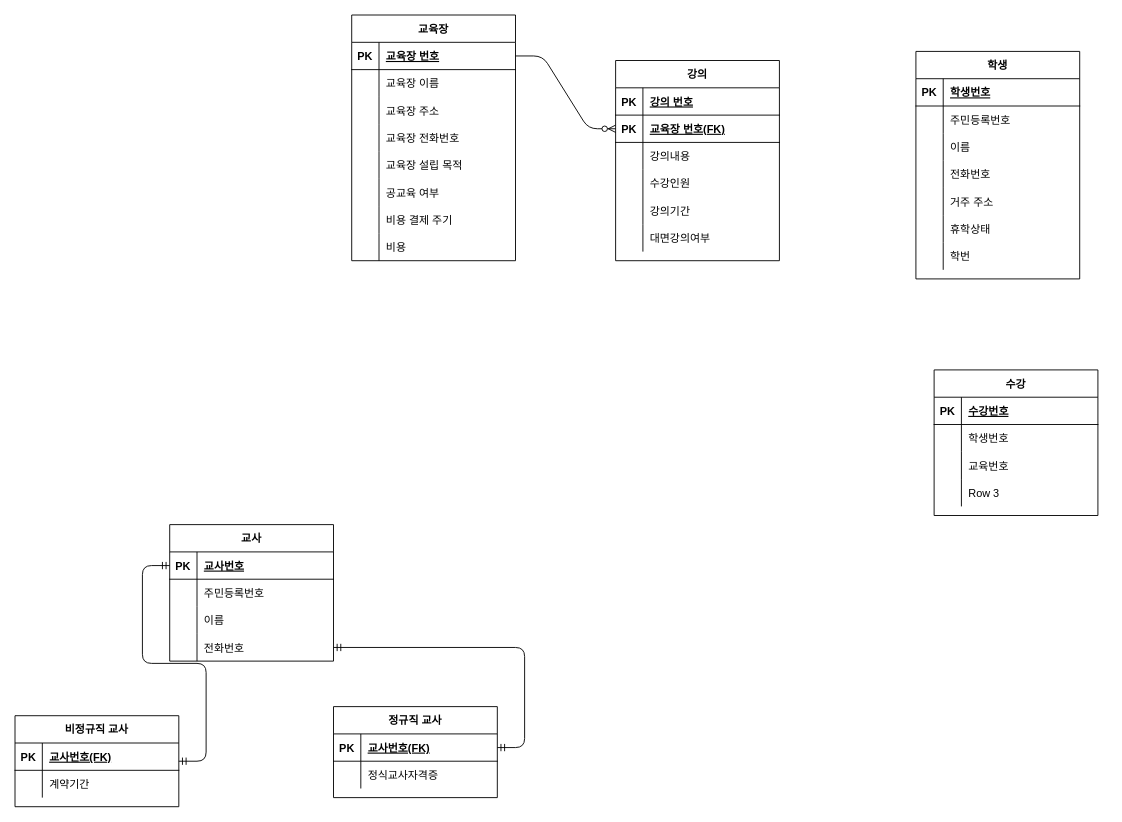
This is Untitled Diagram.drawio from iks15174/block_crash_javascripte, a draw.io file, before an edit. Source tidied: cells renumbered, new cells numbered last; positions are measured from the earlier drawing's top-left corner, leaving out a move shared by most shapes. Both pictures are drawn from the tidied source at 91%, with x=0, y=0 at pixel (15, 15).
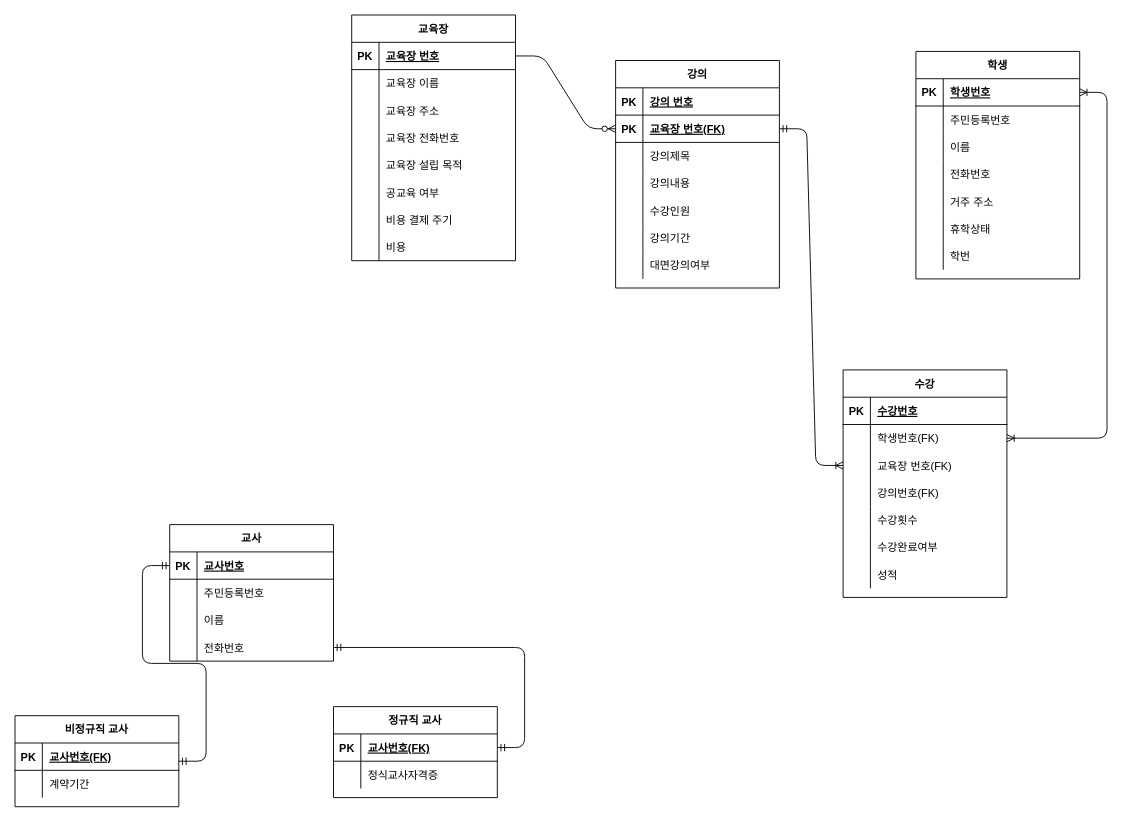
After the change.

Unchanged cells that the change refers to:
```xml
<mxCell id="28" style="shape=partialRectangle;fillColor=none;top=0;left=0;bottom=1;right=0;points=[[0,0.5],[1,0.5]];portConstraint=eastwest;" parent="27" vertex="1">
  <mxGeometry y="30" width="180" height="30" as="geometry" />
</mxCell>
<mxCell id="53" style="shape=partialRectangle;fillColor=none;top=0;left=0;bottom=0;right=0;points=[[0,0.5],[1,0.5]];portConstraint=eastwest;" parent="49" vertex="1">
  <mxGeometry y="60" width="180" height="30" as="geometry" />
</mxCell>
<mxCell id="56" style="shape=partialRectangle;fillColor=none;top=0;left=0;bottom=0;right=0;points=[[0,0.5],[1,0.5]];portConstraint=eastwest;" parent="49" vertex="1">
  <mxGeometry y="90" width="180" height="30" as="geometry" />
</mxCell>
<mxCell id="59" style="shape=partialRectangle;fillColor=none;top=0;left=0;bottom=0;right=0;" parent="49" vertex="1">
  <mxGeometry y="120" width="180" height="30" as="geometry" />
</mxCell>
<mxCell id="66" style="shape=partialRectangle;fillColor=none;top=0;left=0;bottom=1;right=0;points=[[0,0.5],[1,0.5]];portConstraint=eastwest;" parent="62" vertex="1">
  <mxGeometry y="60" width="180" height="30" as="geometry" />
</mxCell>
```

Diff of the diagram source:
```diff
@@
     <mxCell id="49" value="수강" style="shape=table;startSize=30;childLayout=tableLayout;rowLines=0;fontStyle=1;align=center;" parent="1" vertex="1">
-      <mxGeometry x="1010" y="390" width="180" height="160" as="geometry" />
+      <mxGeometry x="910" y="390" width="180" height="250" as="geometry" />
     </mxCell>
@@
-    <mxCell id="55" value="학생번호" style="shape=partialRectangle;fillColor=none;top=0;left=0;bottom=0;right=0;align=left;spacingLeft=6;overflow=hidden;" parent="53" vertex="1">
+    <mxCell id="55" value="학생번호(FK)" style="shape=partialRectangle;fillColor=none;top=0;left=0;bottom=0;right=0;align=left;spacingLeft=6;overflow=hidden;" parent="53" vertex="1">
       <mxGeometry x="30" width="150" height="30" as="geometry" />
     </mxCell>
@@
-    <mxCell id="58" value="교육번호" style="shape=partialRectangle;fillColor=none;top=0;left=0;bottom=0;right=0;align=left;spacingLeft=6;overflow=hidden;" parent="56" vertex="1">
+    <mxCell id="58" value="교육장 번호(FK)" style="shape=partialRectangle;fillColor=none;top=0;left=0;bottom=0;right=0;align=left;spacingLeft=6;overflow=hidden;" parent="56" vertex="1">
       <mxGeometry x="30" width="150" height="30" as="geometry" />
     </mxCell>
@@
-    <mxCell id="61" value="Row 3" style="shape=partialRectangle;fillColor=none;top=0;left=0;bottom=0;right=0;align=left;spacingLeft=6;overflow=hidden;" parent="59" vertex="1">
+    <mxCell id="61" value="강의번호(FK)" style="shape=partialRectangle;fillColor=none;top=0;left=0;bottom=0;right=0;align=left;spacingLeft=6;overflow=hidden;" parent="59" vertex="1">
       <mxGeometry x="30" width="150" height="30" as="geometry" />
     </mxCell>
+    <mxCell id="111" style="shape=partialRectangle;fillColor=none;top=0;left=0;bottom=0;right=0;" parent="49" vertex="1">
+      <mxGeometry y="150" width="180" height="30" as="geometry" />
+    </mxCell>
+    <mxCell id="112" style="shape=partialRectangle;fillColor=none;top=0;left=0;bottom=0;right=0;overflow=hidden;" parent="111" vertex="1">
+      <mxGeometry width="30" height="30" as="geometry" />
+    </mxCell>
+    <mxCell id="113" value="수강횟수" style="shape=partialRectangle;fillColor=none;top=0;left=0;bottom=0;right=0;align=left;spacingLeft=6;overflow=hidden;" parent="111" vertex="1">
+      <mxGeometry x="30" width="150" height="30" as="geometry" />
+    </mxCell>
+    <mxCell id="114" style="shape=partialRectangle;fillColor=none;top=0;left=0;bottom=0;right=0;" parent="49" vertex="1">
+      <mxGeometry y="180" width="180" height="30" as="geometry" />
+    </mxCell>
+    <mxCell id="115" style="shape=partialRectangle;fillColor=none;top=0;left=0;bottom=0;right=0;overflow=hidden;" parent="114" vertex="1">
+      <mxGeometry width="30" height="30" as="geometry" />
+    </mxCell>
+    <mxCell id="116" value="수강완료여부" style="shape=partialRectangle;fillColor=none;top=0;left=0;bottom=0;right=0;align=left;spacingLeft=6;overflow=hidden;" parent="114" vertex="1">
+      <mxGeometry x="30" width="150" height="30" as="geometry" />
+    </mxCell>
+    <mxCell id="117" style="shape=partialRectangle;fillColor=none;top=0;left=0;bottom=0;right=0;" parent="49" vertex="1">
+      <mxGeometry y="210" width="180" height="30" as="geometry" />
+    </mxCell>
+    <mxCell id="118" style="shape=partialRectangle;fillColor=none;top=0;left=0;bottom=0;right=0;overflow=hidden;" parent="117" vertex="1">
+      <mxGeometry width="30" height="30" as="geometry" />
+    </mxCell>
+    <mxCell id="119" value="성적" style="shape=partialRectangle;fillColor=none;top=0;left=0;bottom=0;right=0;align=left;spacingLeft=6;overflow=hidden;" parent="117" vertex="1">
+      <mxGeometry x="30" width="150" height="30" as="geometry" />
+    </mxCell>
     <mxCell id="62" value="강의" style="shape=table;startSize=30;childLayout=tableLayout;rowLines=0;fontStyle=1;align=center;" parent="1" vertex="1">
-      <mxGeometry x="660" y="50" width="180" height="220" as="geometry" />
+      <mxGeometry x="660" y="50" width="180" height="250" as="geometry" />
     </mxCell>
@@
+    <mxCell id="120" style="shape=partialRectangle;fillColor=none;top=0;left=0;bottom=0;right=0;" parent="62" vertex="1">
+      <mxGeometry y="90" width="180" height="30" as="geometry" />
+    </mxCell>
+    <mxCell id="121" style="shape=partialRectangle;fillColor=none;top=0;left=0;bottom=0;right=0;overflow=hidden;" parent="120" vertex="1">
+      <mxGeometry width="30" height="30" as="geometry" />
+    </mxCell>
+    <mxCell id="122" value="강의제목" style="shape=partialRectangle;fillColor=none;top=0;left=0;bottom=0;right=0;align=left;spacingLeft=6;overflow=hidden;" parent="120" vertex="1">
+      <mxGeometry x="30" width="150" height="30" as="geometry" />
+    </mxCell>
     <mxCell id="69" style="shape=partialRectangle;fillColor=none;top=0;left=0;bottom=0;right=0;" parent="62" vertex="1">
-      <mxGeometry y="90" width="180" height="30" as="geometry" />
+      <mxGeometry y="120" width="180" height="30" as="geometry" />
     </mxCell>
@@
     <mxCell id="72" style="shape=partialRectangle;fillColor=none;top=0;left=0;bottom=0;right=0;" parent="62" vertex="1">
-      <mxGeometry y="120" width="180" height="30" as="geometry" />
+      <mxGeometry y="150" width="180" height="30" as="geometry" />
     </mxCell>
@@
     <mxCell id="75" style="shape=partialRectangle;fillColor=none;top=0;left=0;bottom=0;right=0;" parent="62" vertex="1">
-      <mxGeometry y="150" width="180" height="30" as="geometry" />
+      <mxGeometry y="180" width="180" height="30" as="geometry" />
     </mxCell>
@@
     <mxCell id="78" style="shape=partialRectangle;fillColor=none;top=0;left=0;bottom=0;right=0;" parent="62" vertex="1">
-      <mxGeometry y="180" width="180" height="30" as="geometry" />
+      <mxGeometry y="210" width="180" height="30" as="geometry" />
     </mxCell>
@@
+    <mxCell id="123" style="edgeStyle=entityRelationEdgeStyle;fontSize=12;html=1;endArrow=ERoneToMany;startArrow=ERoneToMany;exitX=1;exitY=0.5;exitDx=0;exitDy=0;" parent="1" edge="1" source="53" target="28">
+      <mxGeometry relative="1" as="geometry" />
+    </mxCell>
+    <mxCell id="124" style="edgeStyle=entityRelationEdgeStyle;fontSize=12;html=1;endArrow=ERoneToMany;startArrow=ERmandOne;exitX=1;exitY=0.5;exitDx=0;exitDy=0;" parent="1" edge="1" source="66" target="56">
+      <mxGeometry relative="1" as="geometry" />
+    </mxCell>
```
